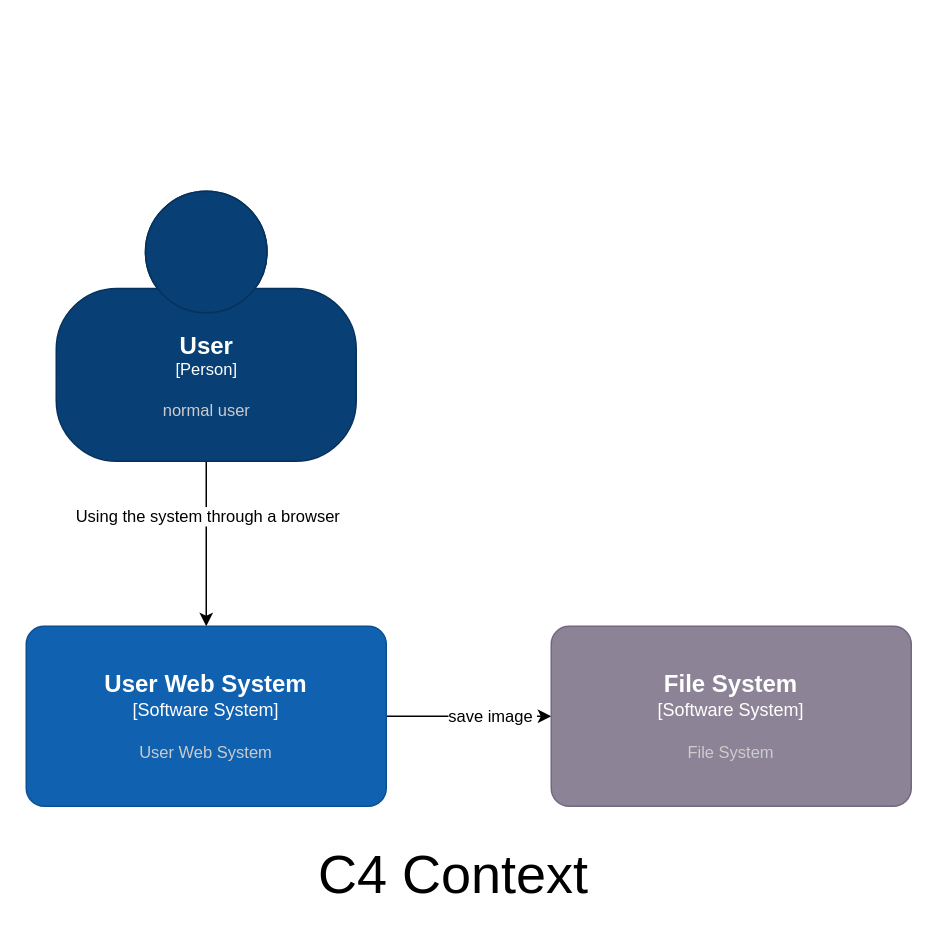
The draw.io diagram C4Context.drawio in xiaobaiTech/image, before the edit. Source tidied: cells renumbered, new cells numbered last; positions are measured from the earlier drawing's top-left corner, leaving out a move shared by most shapes. Both pictures are drawn from the tidied source at 150%, with x=0, y=0 at pixel (26, 190).
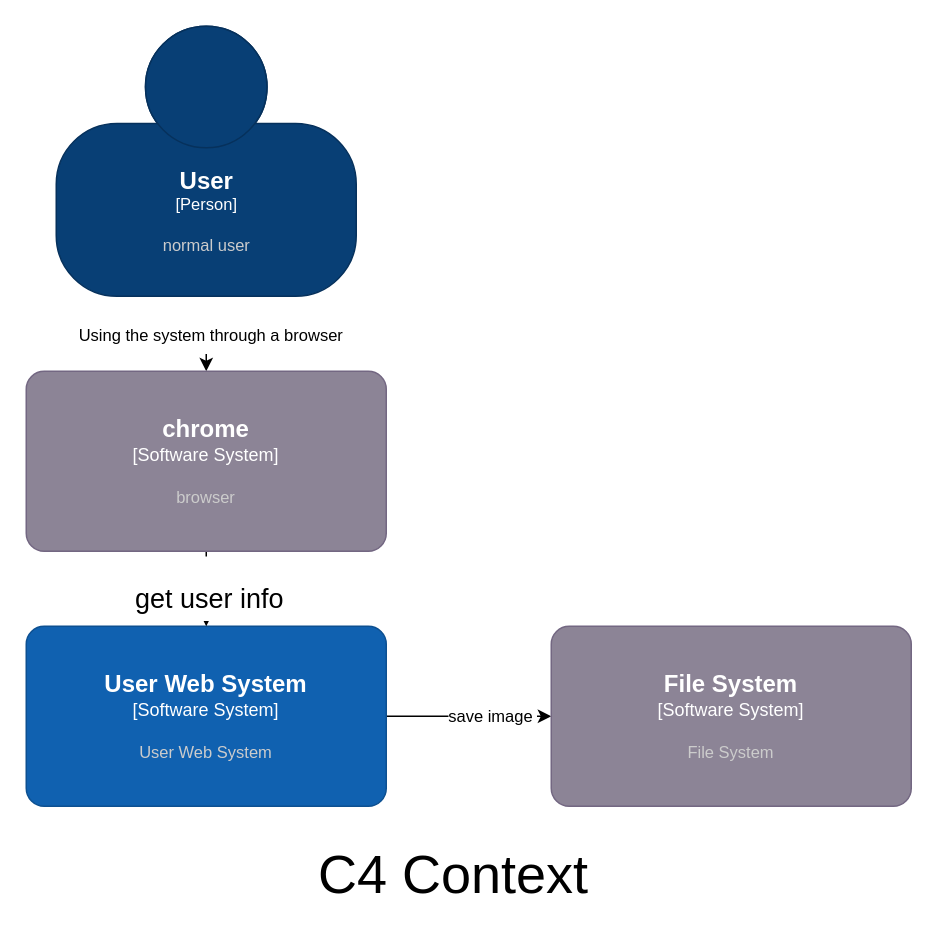
After the change.

What changed in the source:
```diff
@@
 <mxGraphModel>
   <root>
     <mxCell id="0" />
     <mxCell id="1" parent="0" />
-    <mxCell id="2" style="edgeStyle=orthogonalEdgeStyle;rounded=0;jettySize=auto;html=1;exitX=0.5;exitY=1;exitDx=0;exitDy=0;exitPerimeter=0;" parent="1" edge="1" source="4" target="7">
-      <mxGeometry relative="1" as="geometry" />
-    </mxCell>
+    <mxCell id="10" style="edgeStyle=orthogonalEdgeStyle;rounded=0;jettySize=auto;html=1;exitX=0.5;exitY=1;exitDx=0;exitDy=0;exitPerimeter=0;entryX=0.5;entryY=0;entryDx=0;entryDy=0;entryPerimeter=0;fontSize=36;" parent="1" edge="1" source="4" target="13">
+      <mxGeometry relative="1" as="geometry" />
+    </mxCell>
-    <mxCell id="3" value="Using the system through a browser" style="edgeLabel;html=1;align=center;verticalAlign=middle;" parent="2" vertex="1">
-      <mxGeometry x="-0.35" relative="1" as="geometry" />
+    <mxCell id="3" value="&lt;span style=&quot;font-size: 11px&quot;&gt;Using the system through a browser&lt;/span&gt;" style="edgeLabel;html=1;align=center;verticalAlign=middle;fontSize=36;" parent="10" vertex="1">
+      <mxGeometry x="-0.38" y="2" relative="1" as="geometry" />
     </mxCell>
     <object id="4" label="&lt;font style=&quot;font-size: 16px&quot;&gt;&lt;b&gt;%c4Name%&lt;/b&gt;&lt;/font&gt;&lt;div&gt;[%c4Type%]&lt;/div&gt;&lt;br&gt;&lt;div&gt;&lt;font style=&quot;font-size: 11px&quot;&gt;&lt;font color=&quot;#cccccc&quot;&gt;%c4Description%&lt;/font&gt;&lt;/div&gt;" c4Description="normal user" c4Name="User" c4Type="Person" placeholders="1">
       <mxCell style="html=1;fontSize=11;dashed=0;whitespace=wrap;fillColor=#083F75;strokeColor=#06315C;fontColor=#ffffff;shape=mxgraph.c4.person2;align=center;points=[[0.5,0,0],[1,0.5,0],[1,0.75,0],[0.75,1,0],[0.5,1,0],[0.25,1,0],[0,0.75,0],[0,0.5,0]];" parent="1" vertex="1">
-        <mxGeometry x="20" width="200" height="180" as="geometry" />
+        <mxGeometry x="20" y="-110" width="200" height="180" as="geometry" />
       </mxCell>
     </object>
     <mxCell id="5" style="edgeStyle=orthogonalEdgeStyle;rounded=0;jettySize=auto;html=1;exitX=1;exitY=0.5;exitDx=0;exitDy=0;exitPerimeter=0;" parent="1" edge="1" source="7" target="8">
       <mxGeometry relative="1" as="geometry" />
     </mxCell>
     <mxCell id="6" value="save image&amp;nbsp;" style="edgeLabel;html=1;align=center;verticalAlign=middle;" parent="5" vertex="1">
       <mxGeometry x="0.27" y="1" relative="1" as="geometry" />
     </mxCell>
     <object id="7" label="&lt;font style=&quot;font-size: 16px&quot;&gt;&lt;b&gt;%c4Name%&lt;/b&gt;&lt;/font&gt;&lt;div&gt;[%c4Type%]&lt;/div&gt;&lt;br&gt;&lt;div&gt;&lt;font style=&quot;font-size: 11px&quot;&gt;&lt;font color=&quot;#cccccc&quot;&gt;%c4Description%&lt;/font&gt;&lt;/div&gt;" c4Description="User Web System" c4Name="User Web System" c4Type="Software System" placeholders="1">
       <mxCell style="rounded=1;whiteSpace=wrap;html=1;labelBackgroundColor=none;fillColor=#1061B0;fontColor=#ffffff;align=center;arcSize=10;strokeColor=#0D5091;points=[[0.25,0,0],[0.5,0,0],[0.75,0,0],[1,0.25,0],[1,0.5,0],[1,0.75,0],[0.75,1,0],[0.5,1,0],[0.25,1,0],[0,0.75,0],[0,0.5,0],[0,0.25,0]];" parent="1" vertex="1">
         <mxGeometry y="290" width="240" height="120" as="geometry" />
       </mxCell>
     </object>
     <object id="8" label="&lt;font style=&quot;font-size: 16px&quot;&gt;&lt;b&gt;%c4Name%&lt;/b&gt;&lt;/font&gt;&lt;div&gt;[%c4Type%]&lt;/div&gt;&lt;br&gt;&lt;div&gt;&lt;font style=&quot;font-size: 11px&quot;&gt;&lt;font color=&quot;#cccccc&quot;&gt;%c4Description%&lt;/font&gt;&lt;/div&gt;" c4Description="File System" c4Name="File System" c4Type="Software System" placeholders="1">
       <mxCell style="rounded=1;whiteSpace=wrap;html=1;labelBackgroundColor=none;fillColor=#8C8496;fontColor=#ffffff;align=center;arcSize=10;strokeColor=#736782;points=[[0.25,0,0],[0.5,0,0],[0.75,0,0],[1,0.25,0],[1,0.5,0],[1,0.75,0],[0.75,1,0],[0.5,1,0],[0.25,1,0],[0,0.75,0],[0,0.5,0],[0,0.25,0]];" parent="1" vertex="1">
         <mxGeometry x="350" y="290" width="240" height="120" as="geometry" />
       </mxCell>
     </object>
     <mxCell id="9" value="&lt;font style=&quot;font-size: 36px&quot;&gt;C4 Context&lt;/font&gt;" style="text;html=1;strokeColor=none;fillColor=none;align=center;verticalAlign=middle;whiteSpace=wrap;rounded=0;" parent="1" vertex="1">
       <mxGeometry x="170" y="440" width="230" height="30" as="geometry" />
     </mxCell>
+    <mxCell id="11" style="edgeStyle=orthogonalEdgeStyle;rounded=0;jettySize=auto;html=1;exitX=0.5;exitY=1;exitDx=0;exitDy=0;exitPerimeter=0;fontSize=36;" parent="1" edge="1" source="13" target="7">
+      <mxGeometry relative="1" as="geometry" />
+    </mxCell>
+    <mxCell id="12" value="&lt;font style=&quot;font-size: 18px&quot;&gt;get user info&lt;/font&gt;" style="edgeLabel;html=1;align=center;verticalAlign=middle;fontSize=36;" parent="11" vertex="1">
+      <mxGeometry x="-0.06" y="1" relative="1" as="geometry" />
+    </mxCell>
+    <object id="13" label="&lt;font style=&quot;font-size: 16px&quot;&gt;&lt;b&gt;%c4Name%&lt;/b&gt;&lt;/font&gt;&lt;div&gt;[%c4Type%]&lt;/div&gt;&lt;br&gt;&lt;div&gt;&lt;font style=&quot;font-size: 11px&quot;&gt;&lt;font color=&quot;#cccccc&quot;&gt;%c4Description%&lt;/font&gt;&lt;/div&gt;" c4Description="browser" c4Name="chrome" c4Type="Software System" placeholders="1">
+      <mxCell style="rounded=1;whiteSpace=wrap;html=1;labelBackgroundColor=none;fillColor=#8C8496;fontColor=#ffffff;align=center;arcSize=10;strokeColor=#736782;points=[[0.25,0,0],[0.5,0,0],[0.75,0,0],[1,0.25,0],[1,0.5,0],[1,0.75,0],[0.75,1,0],[0.5,1,0],[0.25,1,0],[0,0.75,0],[0,0.5,0],[0,0.25,0]];" parent="1" vertex="1">
+        <mxGeometry y="120" width="240" height="120" as="geometry" />
+      </mxCell>
+    </object>
   </root>
 </mxGraphModel>
```
